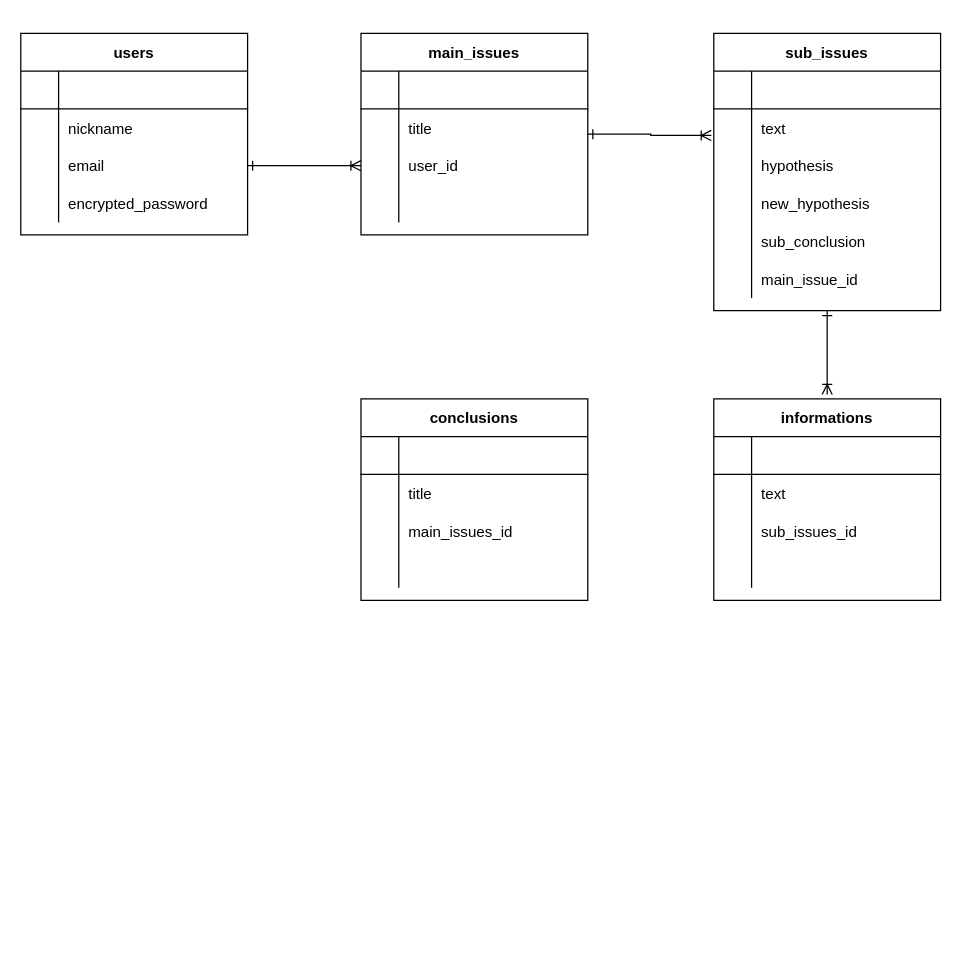
Before: ER.dio in omokun/problem_solving_app, a draw.io diagram. Source tidied: cells renumbered, new cells numbered last; positions are measured from the earlier drawing's top-left corner, leaving out a move shared by most shapes. Both pictures are drawn from the tidied source at 126%, with x=0, y=0 at pixel (20, 33).
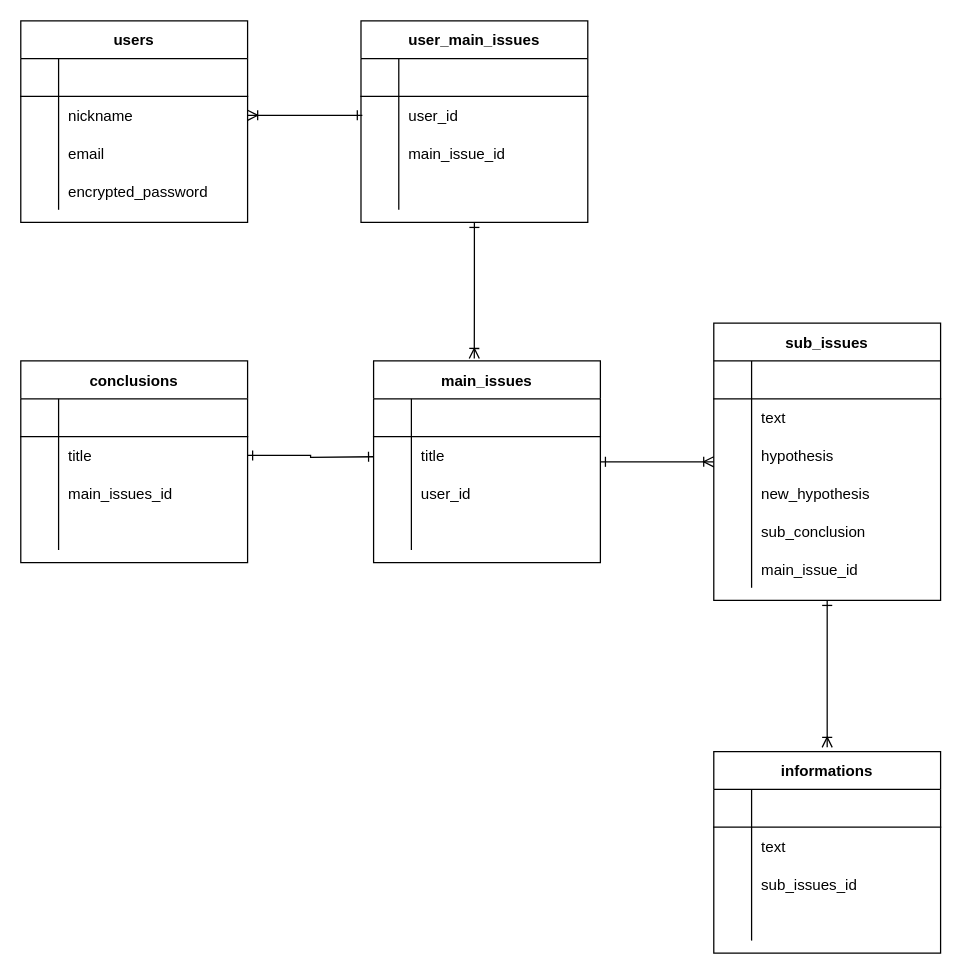
The same diagram, later.

Unchanged cells that the change refers to:
```xml
<mxCell id="6" style="shape=partialRectangle;fillColor=none;top=0;left=0;bottom=0;right=0;points=[[0,0.5],[1,0.5]];portConstraint=eastwest;" parent="2" vertex="1">
  <mxGeometry y="60" width="180" height="30" as="geometry" />
</mxCell>
<mxCell id="9" style="shape=partialRectangle;fillColor=none;top=0;left=0;bottom=0;right=0;points=[[0,0.5],[1,0.5]];portConstraint=eastwest;" parent="2" vertex="1">
  <mxGeometry y="90" width="180" height="30" as="geometry" />
</mxCell>
<mxCell id="23" style="shape=partialRectangle;fillColor=none;top=0;left=0;bottom=0;right=0;points=[[0,0.5],[1,0.5]];portConstraint=eastwest;" parent="16" vertex="1">
  <mxGeometry y="90" width="180" height="30" as="geometry" />
</mxCell>
<mxCell id="34" style="shape=partialRectangle;fillColor=none;top=0;left=0;bottom=0;right=0;points=[[0,0.5],[1,0.5]];portConstraint=eastwest;" parent="30" vertex="1">
  <mxGeometry y="60" width="180" height="30" as="geometry" />
</mxCell>
<mxCell id="67" style="shape=partialRectangle;fillColor=none;top=0;left=0;bottom=0;right=0;points=[[0,0.5],[1,0.5]];portConstraint=eastwest;" parent="63" vertex="1">
  <mxGeometry y="60" width="180" height="30" as="geometry" />
</mxCell>
```

The edit, as a diff of the source:
```diff
@@
     <mxCell id="2" value="users" style="shape=table;startSize=30;childLayout=tableLayout;rowLines=0;fontStyle=1;align=center;" parent="1" vertex="1">
-      <mxGeometry width="180" height="160" as="geometry" />
+      <mxGeometry y="-10" width="180" height="160" as="geometry" />
     </mxCell>
@@
-    <mxCell id="15" style="edgeStyle=orthogonalEdgeStyle;rounded=0;jettySize=auto;html=1;entryX=-0.011;entryY=0.7;entryDx=0;entryDy=0;entryPerimeter=0;startArrow=ERone;startFill=0;endArrow=ERoneToMany;endFill=0;" parent="1" edge="1" source="16" target="34">
+    <mxCell id="15" style="edgeStyle=orthogonalEdgeStyle;rounded=0;jettySize=auto;html=1;startArrow=ERone;startFill=0;endArrow=ERoneToMany;endFill=0;" parent="1" edge="1" source="16" target="30">
       <mxGeometry relative="1" as="geometry" />
     </mxCell>
     <mxCell id="16" value="main_issues" style="shape=table;startSize=30;childLayout=tableLayout;rowLines=0;fontStyle=1;align=center;" parent="1" vertex="1">
-      <mxGeometry x="270" width="180" height="160" as="geometry" />
+      <mxGeometry x="280" y="260" width="180" height="160" as="geometry" />
     </mxCell>
@@
     <mxCell id="30" value="sub_issues" style="shape=table;startSize=30;childLayout=tableLayout;rowLines=0;fontStyle=1;align=center;" parent="1" vertex="1">
-      <mxGeometry x="550" width="180" height="220" as="geometry" />
+      <mxGeometry x="550" y="230" width="180" height="220" as="geometry" />
     </mxCell>
@@
     <mxCell id="49" value="informations" style="shape=table;startSize=30;childLayout=tableLayout;rowLines=0;fontStyle=1;align=center;" parent="1" vertex="1">
-      <mxGeometry x="550" y="290" width="180" height="160" as="geometry" />
+      <mxGeometry x="550" y="570" width="180" height="160" as="geometry" />
     </mxCell>
@@
-    <mxCell id="62" style="edgeStyle=orthogonalEdgeStyle;rounded=0;jettySize=auto;html=1;entryX=0;entryY=0.5;entryDx=0;entryDy=0;endArrow=ERoneToMany;endFill=0;startArrow=ERone;startFill=0;" parent="1" edge="1" source="9" target="23">
-      <mxGeometry relative="1" as="geometry" />
-    </mxCell>
     <mxCell id="63" value="conclusions" style="shape=table;startSize=30;childLayout=tableLayout;rowLines=0;fontStyle=1;align=center;" parent="1" vertex="1">
-      <mxGeometry x="270" y="290" width="180" height="160" as="geometry" />
+      <mxGeometry y="260" width="180" height="160" as="geometry" />
     </mxCell>
@@
+    <mxCell id="76" style="edgeStyle=orthogonalEdgeStyle;rounded=0;jettySize=auto;html=1;entryX=0.444;entryY=-0.012;entryDx=0;entryDy=0;entryPerimeter=0;startArrow=ERone;startFill=0;endArrow=ERoneToMany;endFill=0;" parent="1" edge="1" source="77" target="16">
+      <mxGeometry relative="1" as="geometry" />
+    </mxCell>
+    <mxCell id="77" value="user_main_issues" style="shape=table;startSize=30;childLayout=tableLayout;rowLines=0;fontStyle=1;align=center;" parent="1" vertex="1">
+      <mxGeometry x="270" y="-10" width="180" height="160" as="geometry" />
+    </mxCell>
+    <mxCell id="78" style="shape=partialRectangle;fillColor=none;top=0;left=0;bottom=1;right=0;" parent="77" vertex="1">
+      <mxGeometry y="30" width="180" height="30" as="geometry" />
+    </mxCell>
+    <mxCell id="79" style="shape=partialRectangle;fillColor=none;top=0;left=0;bottom=0;right=0;fontStyle=1;overflow=hidden;" parent="78" vertex="1">
+      <mxGeometry width="30" height="30" as="geometry" />
+    </mxCell>
+    <mxCell id="80" style="shape=partialRectangle;fillColor=none;top=0;left=0;bottom=0;right=0;align=left;spacingLeft=6;fontStyle=5;overflow=hidden;" parent="78" vertex="1">
+      <mxGeometry x="30" width="150" height="30" as="geometry" />
+    </mxCell>
+    <mxCell id="81" style="shape=partialRectangle;fillColor=none;top=0;left=0;bottom=0;right=0;points=[[0,0.5],[1,0.5]];portConstraint=eastwest;" parent="77" vertex="1">
+      <mxGeometry y="60" width="180" height="30" as="geometry" />
+    </mxCell>
+    <mxCell id="82" style="shape=partialRectangle;fillColor=none;top=0;left=0;bottom=0;right=0;overflow=hidden;" parent="81" vertex="1">
+      <mxGeometry width="30" height="30" as="geometry" />
+    </mxCell>
+    <mxCell id="83" value="user_id" style="shape=partialRectangle;fillColor=none;top=0;left=0;bottom=0;right=0;align=left;spacingLeft=6;overflow=hidden;" parent="81" vertex="1">
+      <mxGeometry x="30" width="150" height="30" as="geometry" />
+    </mxCell>
+    <mxCell id="84" style="shape=partialRectangle;fillColor=none;top=0;left=0;bottom=0;right=0;" parent="77" vertex="1">
+      <mxGeometry y="90" width="180" height="30" as="geometry" />
+    </mxCell>
+    <mxCell id="85" style="shape=partialRectangle;fillColor=none;top=0;left=0;bottom=0;right=0;overflow=hidden;" parent="84" vertex="1">
+      <mxGeometry width="30" height="30" as="geometry" />
+    </mxCell>
+    <mxCell id="86" value="main_issue_id" style="shape=partialRectangle;fillColor=none;top=0;left=0;bottom=0;right=0;align=left;spacingLeft=6;overflow=hidden;" parent="84" vertex="1">
+      <mxGeometry x="30" width="150" height="30" as="geometry" />
+    </mxCell>
+    <mxCell id="87" style="shape=partialRectangle;fillColor=none;top=0;left=0;bottom=0;right=0;" parent="77" vertex="1">
+      <mxGeometry y="120" width="180" height="30" as="geometry" />
+    </mxCell>
+    <mxCell id="88" style="shape=partialRectangle;fillColor=none;top=0;left=0;bottom=0;right=0;overflow=hidden;" parent="87" vertex="1">
+      <mxGeometry width="30" height="30" as="geometry" />
+    </mxCell>
+    <mxCell id="89" style="shape=partialRectangle;fillColor=none;top=0;left=0;bottom=0;right=0;align=left;spacingLeft=6;overflow=hidden;" parent="87" vertex="1">
+      <mxGeometry x="30" width="150" height="30" as="geometry" />
+    </mxCell>
+    <mxCell id="90" style="edgeStyle=orthogonalEdgeStyle;rounded=0;jettySize=auto;html=1;entryX=0.006;entryY=0.5;entryDx=0;entryDy=0;entryPerimeter=0;startArrow=ERoneToMany;startFill=0;endArrow=ERone;endFill=0;" parent="1" edge="1" source="6" target="81">
+      <mxGeometry relative="1" as="geometry" />
+    </mxCell>
+    <mxCell id="91" style="edgeStyle=orthogonalEdgeStyle;rounded=0;jettySize=auto;html=1;startArrow=ERone;startFill=0;endArrow=ERone;endFill=0;" parent="1" edge="1" source="67">
+      <mxGeometry relative="1" as="geometry">
+        <mxPoint x="280" y="336" as="targetPoint" />
+      </mxGeometry>
+    </mxCell>
```
